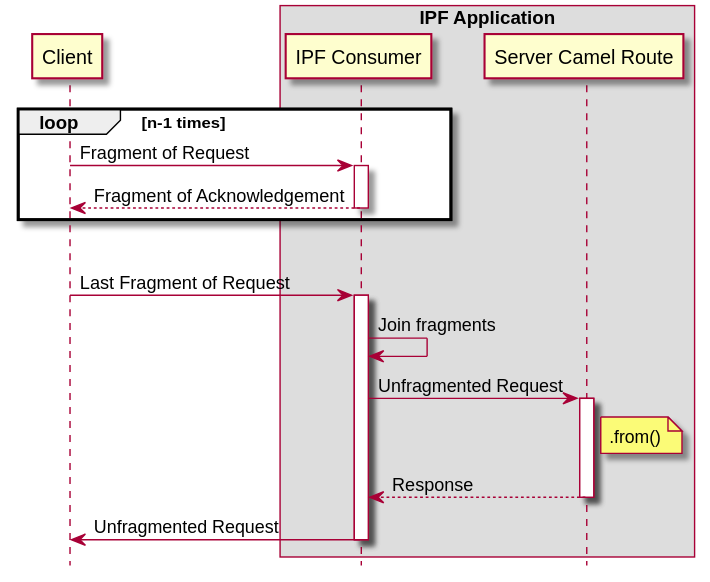
This is assets/images/conti-consumer-uf.svg from oehf/ipf-docs, a PlantUML export, as it was before one commit.
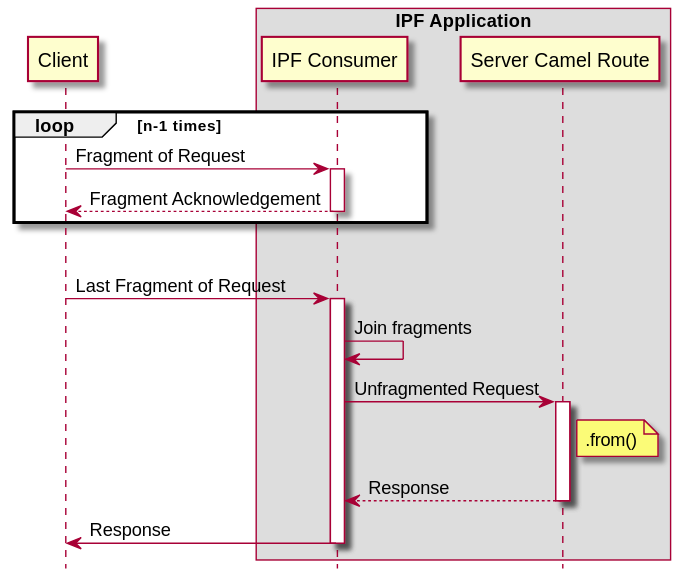
Above is the later version.

The edit, as a diff of the source:
```diff
@@ -10,7 +10,7 @@
 loop n-1 times
     Client -> CON : Fragment of Request
     activate CON
-    CON --> Client : Fragment of Acknowledgement
+    CON --> Client : Fragment Acknowledgement
     deactivate CON
 end
 |||
@@ -23,7 +23,7 @@
 note right of SCR: .from()
 SCR --> CON: Response
 deactivate SCR
-CON -> Client: Unfragmented Request
+CON -> Client: Response
 deactivate CON
 
 @enduml
```
